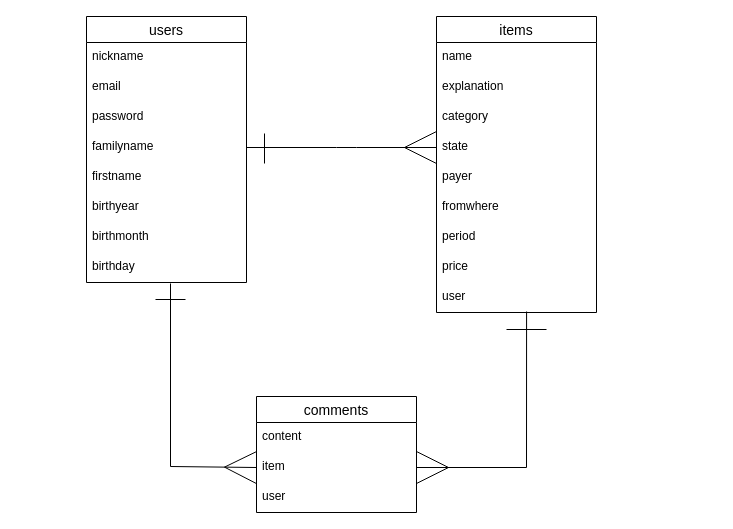
Above: app/views/ER.dio in Taisei19/furima-40567 (draw.io), before the change. Source tidied: cells renumbered, new cells numbered last; positions are measured from the earlier drawing's top-left corner, leaving out a move shared by most shapes. Both pictures are drawn from the tidied source at 100%, with x=0, y=0 at pixel (86, 16).
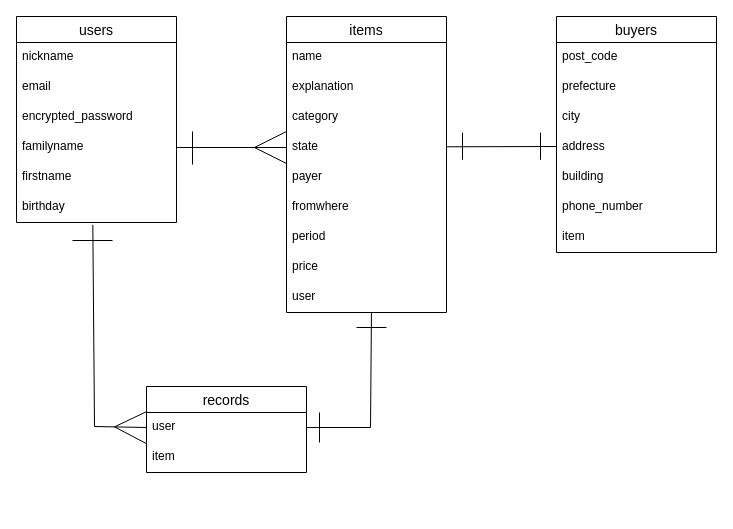
After the change.

Commit message (it also covers changes not shown here):
commit0613-2（データベース設計修正1）

The change refers to these unchanged cells:
```xml
<mxCell id="6" value="familyname" style="text;strokeColor=none;fillColor=none;spacingLeft=4;spacingRight=4;overflow=hidden;points=[[0,0.5],[1,0.5]];portConstraint=eastwest;fontSize=12;" parent="2" vertex="1">
  <mxGeometry y="116" width="160" height="30" as="geometry" />
</mxCell>
<mxCell id="15" value="state" style="text;strokeColor=none;fillColor=none;spacingLeft=4;spacingRight=4;overflow=hidden;points=[[0,0.5],[1,0.5]];portConstraint=eastwest;fontSize=12;" parent="11" vertex="1">
  <mxGeometry y="116" width="160" height="30" as="geometry" />
</mxCell>
<mxCell id="20" value="user" style="text;strokeColor=none;fillColor=none;spacingLeft=4;spacingRight=4;overflow=hidden;points=[[0,0.5],[1,0.5]];portConstraint=eastwest;fontSize=12;" parent="11" vertex="1">
  <mxGeometry y="266" width="160" height="30" as="geometry" />
</mxCell>
<mxCell id="23" value="item" style="text;strokeColor=none;fillColor=none;spacingLeft=4;spacingRight=4;overflow=hidden;points=[[0,0.5],[1,0.5]];portConstraint=eastwest;fontSize=12;" parent="21" vertex="1">
  <mxGeometry y="56" width="160" height="30" as="geometry" />
</mxCell>
```

Diff of the diagram source:
```diff
@@
     <mxCell id="2" value="users" style="swimlane;fontStyle=0;horizontal=1;startSize=26;align=center;fontSize=14;" parent="1" vertex="1">
-      <mxGeometry width="160" height="266" as="geometry" />
+      <mxGeometry x="-70" width="160" height="206" as="geometry" />
     </mxCell>
@@
-    <mxCell id="5" value="password" style="text;strokeColor=none;fillColor=none;spacingLeft=4;spacingRight=4;overflow=hidden;fontSize=12;" parent="2" vertex="1">
+    <mxCell id="5" value="encrypted_password" style="text;strokeColor=none;fillColor=none;spacingLeft=4;spacingRight=4;overflow=hidden;fontSize=12;" parent="2" vertex="1">
       <mxGeometry y="86" width="160" height="30" as="geometry" />
     </mxCell>
@@
-    <mxCell id="8" value="birthyear" style="text;strokeColor=none;fillColor=none;spacingLeft=4;spacingRight=4;overflow=hidden;points=[[0,0.5],[1,0.5]];portConstraint=eastwest;fontSize=12;" parent="2" vertex="1">
+    <mxCell id="8" value="birthday" style="text;strokeColor=none;fillColor=none;spacingLeft=4;spacingRight=4;overflow=hidden;points=[[0,0.5],[1,0.5]];portConstraint=eastwest;fontSize=12;" parent="2" vertex="1">
       <mxGeometry y="176" width="160" height="30" as="geometry" />
     </mxCell>
-    <mxCell id="9" value="birthmonth" style="text;strokeColor=none;fillColor=none;spacingLeft=4;spacingRight=4;overflow=hidden;fontSize=12;" parent="2" vertex="1">
-      <mxGeometry y="206" width="160" height="30" as="geometry" />
-    </mxCell>
-    <mxCell id="10" value="birthday" style="text;strokeColor=none;fillColor=none;spacingLeft=4;spacingRight=4;overflow=hidden;points=[[0,0.5],[1,0.5]];portConstraint=eastwest;fontSize=12;" parent="2" vertex="1">
-      <mxGeometry y="236" width="160" height="30" as="geometry" />
-    </mxCell>
     <mxCell id="11" value="items" style="swimlane;fontStyle=0;horizontal=1;startSize=26;align=center;fontSize=14;" parent="1" vertex="1">
-      <mxGeometry x="350" width="160" height="296" as="geometry" />
+      <mxGeometry x="200" width="160" height="296" as="geometry" />
     </mxCell>
@@
-    <mxCell id="21" value="comments" style="swimlane;fontStyle=0;horizontal=1;startSize=26;align=center;fontSize=14;" parent="1" vertex="1">
-      <mxGeometry x="170" y="380" width="160" height="116" as="geometry" />
+    <mxCell id="21" value="records" style="swimlane;fontStyle=0;horizontal=1;startSize=26;align=center;fontSize=14;" parent="1" vertex="1">
+      <mxGeometry x="60" y="370" width="160" height="86" as="geometry" />
     </mxCell>
-    <mxCell id="22" value="content" style="text;strokeColor=none;fillColor=none;spacingLeft=4;spacingRight=4;overflow=hidden;fontSize=12;" parent="21" vertex="1">
-      <mxGeometry y="26" width="160" height="30" as="geometry" />
-    </mxCell>
+    <mxCell id="24" value="user" style="text;strokeColor=none;fillColor=none;spacingLeft=4;spacingRight=4;overflow=hidden;points=[[0,0.5],[1,0.5]];portConstraint=eastwest;fontSize=12;" parent="21" vertex="1">
+      <mxGeometry y="26" width="160" height="30" as="geometry" />
+    </mxCell>
@@
-    <mxCell id="24" value="user" style="text;strokeColor=none;fillColor=none;spacingLeft=4;spacingRight=4;overflow=hidden;points=[[0,0.5],[1,0.5]];portConstraint=eastwest;fontSize=12;" parent="21" vertex="1">
-      <mxGeometry y="86" width="160" height="30" as="geometry" />
-    </mxCell>
-    <mxCell id="25" style="edgeStyle=none;html=1;exitX=1;exitY=0.5;exitDx=0;exitDy=0;endArrow=ERmany;endFill=0;entryX=0;entryY=0.5;entryDx=0;entryDy=0;endSize=30;jumpSize=6;startSize=6;" parent="1" edge="1" source="6" target="15">
+    <mxCell id="25" style="edgeStyle=none;html=1;exitX=1;exitY=0.5;exitDx=0;exitDy=0;endArrow=ERmany;endFill=0;endSize=30;jumpSize=6;startSize=6;" parent="1" edge="1" source="6">
       <mxGeometry relative="1" as="geometry">
-        <Array as="points">
-          <mxPoint x="260" y="131" />
-        </Array>
+        <mxPoint x="200" y="131" as="targetPoint" />
       </mxGeometry>
     </mxCell>
     <mxCell id="26" style="endArrow=none;html=1;rounded=0;startSize=6;endSize=30;jumpSize=6;" parent="1" edge="1">
       <mxGeometry relative="1" as="geometry">
-        <mxPoint x="178" y="147" as="sourcePoint" />
-        <mxPoint x="178" y="117" as="targetPoint" />
+        <mxPoint x="106" y="148" as="sourcePoint" />
+        <mxPoint x="106" y="115" as="targetPoint" />
       </mxGeometry>
     </mxCell>
-    <mxCell id="27" style="edgeStyle=none;html=1;exitX=0.525;exitY=1.033;exitDx=0;exitDy=0;endArrow=ERmany;endFill=0;entryX=0;entryY=0.5;entryDx=0;entryDy=0;endSize=30;jumpSize=6;startSize=6;exitPerimeter=0;rounded=0;" parent="1" edge="1" source="10" target="23">
-      <mxGeometry relative="1" as="geometry">
-        <Array as="points">
-          <mxPoint x="84" y="450" />
-        </Array>
-      </mxGeometry>
-    </mxCell>
     <mxCell id="28" style="endArrow=none;html=1;rounded=0;startSize=6;endSize=30;jumpSize=6;" parent="1" edge="1">
       <mxGeometry relative="1" as="geometry">
-        <mxPoint x="99" y="283" as="sourcePoint" />
-        <mxPoint x="69" y="283" as="targetPoint" />
+        <mxPoint x="26" y="224" as="sourcePoint" />
+        <mxPoint x="-14" y="224" as="targetPoint" />
       </mxGeometry>
     </mxCell>
-    <mxCell id="29" style="edgeStyle=none;html=1;endArrow=ERmany;endFill=0;endSize=30;jumpSize=6;startSize=6;rounded=0;exitX=0.563;exitY=0.967;exitDx=0;exitDy=0;exitPerimeter=0;entryX=1;entryY=0.5;entryDx=0;entryDy=0;" parent="1" edge="1" source="20" target="23">
-      <mxGeometry relative="1" as="geometry">
-        <Array as="points">
-          <mxPoint x="440" y="451" />
-        </Array>
-      </mxGeometry>
-    </mxCell>
     <mxCell id="30" style="endArrow=none;html=1;rounded=0;startSize=6;endSize=30;jumpSize=6;" parent="1" edge="1">
       <mxGeometry relative="1" as="geometry">
-        <mxPoint x="460" y="313" as="sourcePoint" />
-        <mxPoint x="420" y="313" as="targetPoint" />
+        <mxPoint x="376" y="116" as="sourcePoint" />
+        <mxPoint x="376" y="143.3" as="targetPoint" />
       </mxGeometry>
     </mxCell>
+    <mxCell id="31" value="buyers" style="swimlane;fontStyle=0;horizontal=1;startSize=26;align=center;fontSize=14;" parent="1" vertex="1">
+      <mxGeometry x="470" width="160" height="236" as="geometry" />
+    </mxCell>
+    <mxCell id="32" value="post_code" style="text;strokeColor=none;fillColor=none;spacingLeft=4;spacingRight=4;overflow=hidden;fontSize=12;" parent="31" vertex="1">
+      <mxGeometry y="26" width="160" height="30" as="geometry" />
+    </mxCell>
+    <mxCell id="33" value="prefecture" style="text;strokeColor=none;fillColor=none;spacingLeft=4;spacingRight=4;overflow=hidden;fontSize=12;" parent="31" vertex="1">
+      <mxGeometry y="56" width="160" height="30" as="geometry" />
+    </mxCell>
+    <mxCell id="34" value="city" style="text;strokeColor=none;fillColor=none;spacingLeft=4;spacingRight=4;overflow=hidden;fontSize=12;" parent="31" vertex="1">
+      <mxGeometry y="86" width="160" height="30" as="geometry" />
+    </mxCell>
+    <mxCell id="35" value="address" style="text;strokeColor=none;fillColor=none;spacingLeft=4;spacingRight=4;overflow=hidden;fontSize=12;" parent="31" vertex="1">
+      <mxGeometry y="116" width="160" height="30" as="geometry" />
+    </mxCell>
+    <mxCell id="36" style="endArrow=none;html=1;rounded=0;" parent="31" edge="1">
+      <mxGeometry relative="1" as="geometry">
+        <mxPoint x="-110" y="130.3" as="sourcePoint" />
+        <mxPoint y="130" as="targetPoint" />
+      </mxGeometry>
+    </mxCell>
+    <mxCell id="37" value="building" style="text;strokeColor=none;fillColor=none;spacingLeft=4;spacingRight=4;overflow=hidden;fontSize=12;" parent="31" vertex="1">
+      <mxGeometry y="146" width="160" height="30" as="geometry" />
+    </mxCell>
+    <mxCell id="38" value="phone_number" style="text;strokeColor=none;fillColor=none;spacingLeft=4;spacingRight=4;overflow=hidden;fontSize=12;" parent="31" vertex="1">
+      <mxGeometry y="176" width="160" height="30" as="geometry" />
+    </mxCell>
+    <mxCell id="39" value="item" style="text;strokeColor=none;fillColor=none;spacingLeft=4;spacingRight=4;overflow=hidden;fontSize=12;" parent="31" vertex="1">
+      <mxGeometry y="206" width="160" height="30" as="geometry" />
+    </mxCell>
+    <mxCell id="40" style="edgeStyle=none;html=1;endArrow=ERmany;endFill=0;entryX=0;entryY=0.5;entryDx=0;entryDy=0;endSize=30;jumpSize=6;startSize=6;rounded=0;exitX=0.477;exitY=1.078;exitDx=0;exitDy=0;exitPerimeter=0;" parent="1" edge="1" source="8" target="24">
+      <mxGeometry relative="1" as="geometry">
+        <Array as="points">
+          <mxPoint x="8" y="410" />
+        </Array>
+      </mxGeometry>
+    </mxCell>
+    <mxCell id="41" style="endArrow=none;html=1;rounded=0;startSize=6;endSize=30;jumpSize=6;" parent="1" edge="1">
+      <mxGeometry relative="1" as="geometry">
+        <mxPoint x="454" y="116" as="sourcePoint" />
+        <mxPoint x="454" y="143.3" as="targetPoint" />
+      </mxGeometry>
+    </mxCell>
+    <mxCell id="42" style="endArrow=none;html=1;rounded=0;entryX=1;entryY=0.5;entryDx=0;entryDy=0;exitX=0.531;exitY=1.011;exitDx=0;exitDy=0;exitPerimeter=0;" parent="1" edge="1" source="20" target="24">
+      <mxGeometry relative="1" as="geometry">
+        <Array as="points">
+          <mxPoint x="284" y="411" />
+        </Array>
+      </mxGeometry>
+    </mxCell>
+    <mxCell id="43" style="endArrow=none;html=1;rounded=0;startSize=6;endSize=30;jumpSize=6;" parent="1" edge="1">
+      <mxGeometry relative="1" as="geometry">
+        <mxPoint x="300" y="311" as="sourcePoint" />
+        <mxPoint x="270" y="311" as="targetPoint" />
+      </mxGeometry>
+    </mxCell>
+    <mxCell id="44" style="endArrow=none;html=1;rounded=0;startSize=6;endSize=30;jumpSize=6;" parent="1" edge="1">
+      <mxGeometry relative="1" as="geometry">
+        <mxPoint x="233" y="426" as="sourcePoint" />
+        <mxPoint x="233" y="396" as="targetPoint" />
+      </mxGeometry>
+    </mxCell>
```
